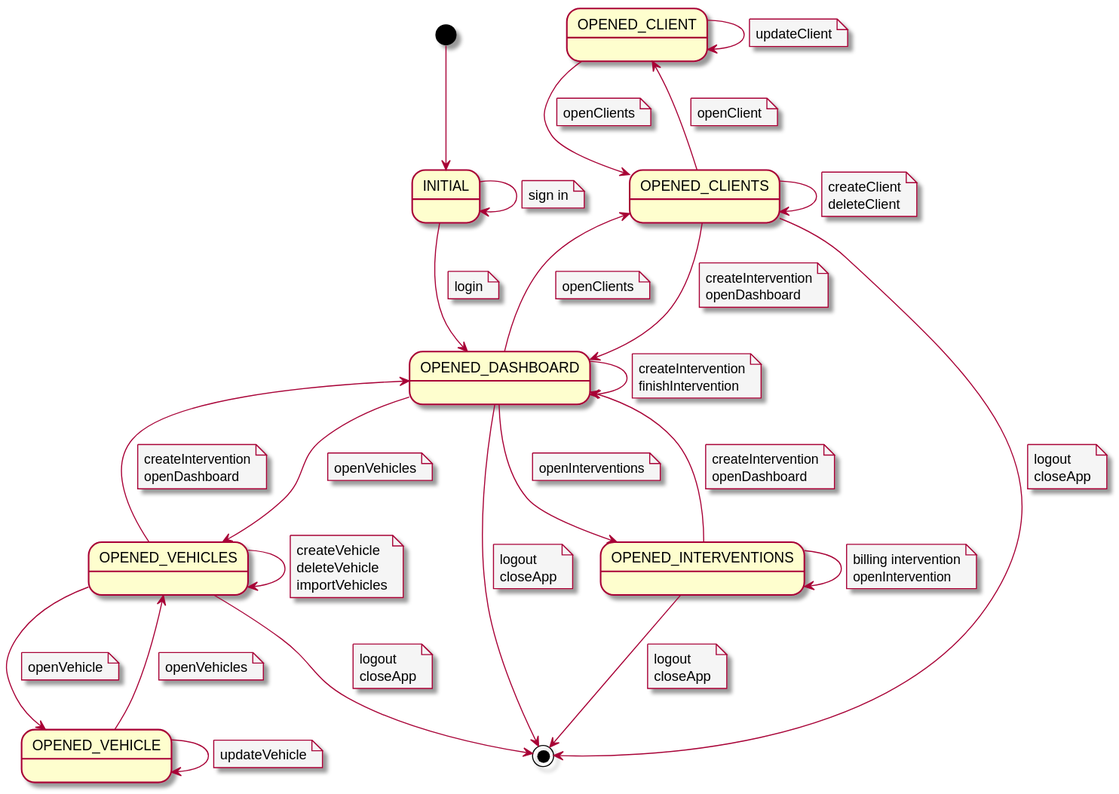
Earlier version of the PlantUML export documentation/1usecasesview/contextdiagram/svg/contextDiagram.svg (Ruskab/agrimManager). Its diagram source:
```plantuml
@startuml
skinparam {
    NoteBackgroundColor #whiteSmoke
}

[*] --> INITIAL

INITIAL --> INITIAL
note on link
  sign in
end note

INITIAL --> OPENED_DASHBOARD
 note on link
     login
 end note
OPENED_DASHBOARD --> OPENED_VEHICLES
    note on link
         openVehicles
    end note
OPENED_DASHBOARD --> OPENED_DASHBOARD
    note on link
         createIntervention
         finishIntervention
    end note

OPENED_VEHICLES --> OPENED_VEHICLES
    note on link
         createVehicle
         deleteVehicle
         importVehicles
    end note

OPENED_VEHICLES --> OPENED_VEHICLE
    note on link
     openVehicle
    end note

OPENED_VEHICLE --> OPENED_VEHICLE
    note on link
     updateVehicle
    end note

OPENED_VEHICLE --> OPENED_VEHICLES
    note on link
         openVehicles
    end note

OPENED_VEHICLES --> OPENED_DASHBOARD
    note on link
     createIntervention
     openDashboard
    end note


OPENED_DASHBOARD --> OPENED_CLIENTS
    note on link
         openClients
    end note
OPENED_CLIENTS --> OPENED_CLIENTS
    note on link
     createClient
     deleteClient
    end note


OPENED_CLIENTS -up-> OPENED_CLIENT
    note on link
     openClient
    end note

OPENED_CLIENT --> OPENED_CLIENT
    note on link
     updateClient
    end note

OPENED_CLIENT --> OPENED_CLIENTS
    note on link
         openClients
    end note


OPENED_CLIENTS --> OPENED_DASHBOARD
    note on link
     createIntervention
     openDashboard
    end note


OPENED_DASHBOARD --> OPENED_INTERVENTIONS
    note on link
         openInterventions
    end note
OPENED_INTERVENTIONS --> OPENED_INTERVENTIONS
    note on link
         billing intervention
         openIntervention
    end note
OPENED_INTERVENTIONS --> OPENED_DASHBOARD
    note on link
     createIntervention
     openDashboard
    end note

OPENED_DASHBOARD --> [*]
    note on link
    logout
    closeApp
    end note
OPENED_VEHICLES --> [*]
    note on link
    logout
    closeApp
    end note
OPENED_CLIENTS --> [*]
    note on link
    logout
    closeApp
    end note
OPENED_INTERVENTIONS --> [*]
    note on link
    logout
    closeApp
    end note
@enduml
```
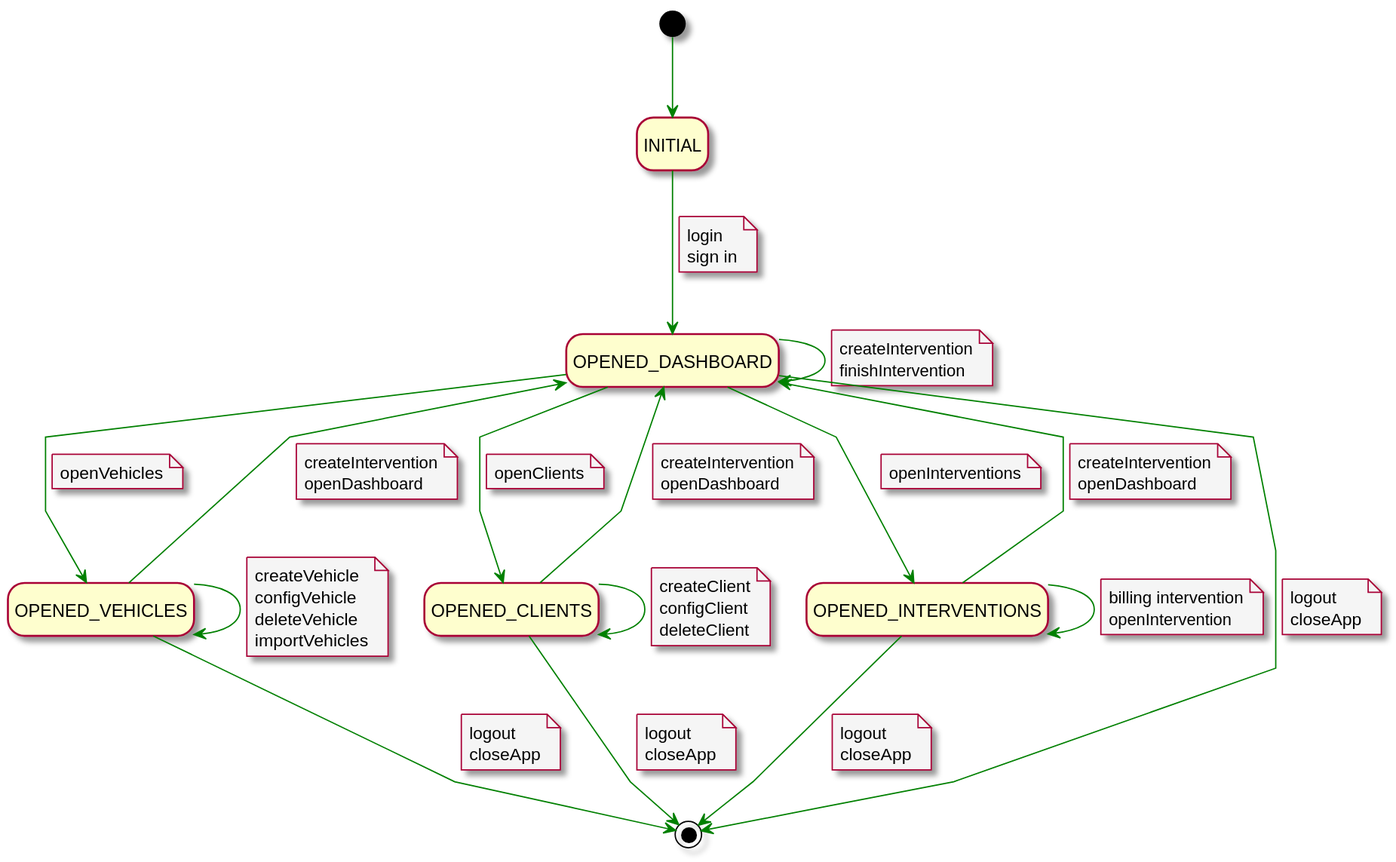
The same diagram one commit later.

The edit, as a diff of the source:
```diff
@@ -1,19 +1,21 @@
 @startuml
 skinparam {
     NoteBackgroundColor #whiteSmoke
+    ArrowColor #green
+    linetype polyline
 }
 
+hide empty description
+
+
 [*] --> INITIAL
-
-INITIAL --> INITIAL
-note on link
-  sign in
-end note
 
 INITIAL --> OPENED_DASHBOARD
  note on link
      login
+     sign in
  end note
+
 OPENED_DASHBOARD --> OPENED_VEHICLES
     note on link
          openVehicles
@@ -27,23 +29,9 @@
 OPENED_VEHICLES --> OPENED_VEHICLES
     note on link
          createVehicle
+         configVehicle
          deleteVehicle
          importVehicles
-    end note
-
-OPENED_VEHICLES --> OPENED_VEHICLE
-    note on link
-     openVehicle
-    end note
-
-OPENED_VEHICLE --> OPENED_VEHICLE
-    note on link
-     updateVehicle
-    end note
-
-OPENED_VEHICLE --> OPENED_VEHICLES
-    note on link
-         openVehicles
     end note
 
 OPENED_VEHICLES --> OPENED_DASHBOARD
@@ -57,28 +45,13 @@
     note on link
          openClients
     end note
+
 OPENED_CLIENTS --> OPENED_CLIENTS
     note on link
      createClient
+     configClient
      deleteClient
     end note
-
-
-OPENED_CLIENTS -up-> OPENED_CLIENT
-    note on link
-     openClient
-    end note
-
-OPENED_CLIENT --> OPENED_CLIENT
-    note on link
-     updateClient
-    end note
-
-OPENED_CLIENT --> OPENED_CLIENTS
-    note on link
-         openClients
-    end note
-
 
 OPENED_CLIENTS --> OPENED_DASHBOARD
     note on link
```
